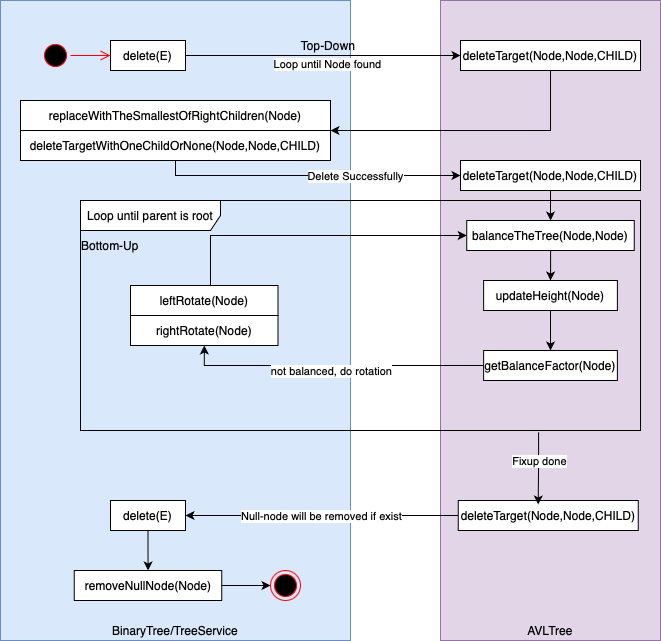
Before: Flow_Hierarcy_Diagram/BinaryTree-AVL-Delete.drawio.png, a diagram exported from draw.io (MusLead/BinaryTreeHSF). Source tidied: cells renumbered, new cells last; positions are measured from the earlier drawing's top-left corner, leaving out a move shared by most shapes.
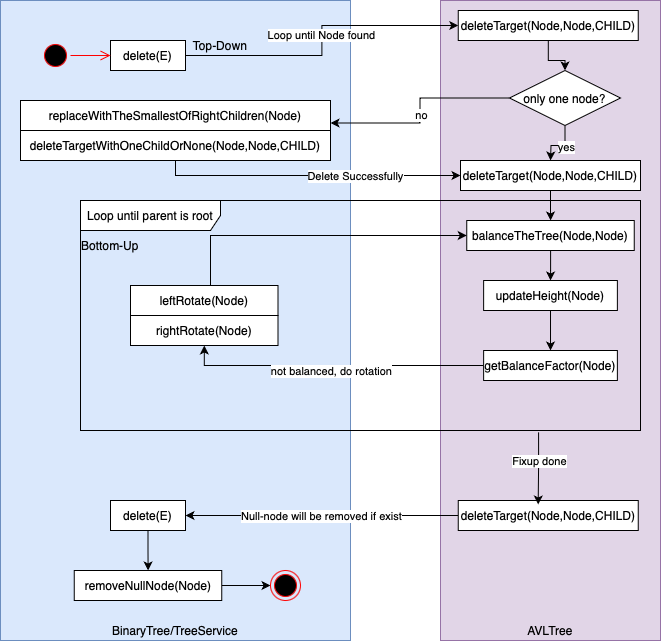
Later version of the same file.

Commit message:
docs: add the map of the logic of the binary tree operations

Diff of the diagram source:
```diff
@@ -25,15 +25,11 @@
     <mxCell id="8" value="removeNullNode(Node)" style="html=1;whiteSpace=wrap;" parent="1" vertex="1">
       <mxGeometry x="73.8" y="570" width="147.5" height="30" as="geometry" />
     </mxCell>
-    <mxCell id="9" style="edgeStyle=orthogonalEdgeStyle;rounded=0;jettySize=auto;html=1;entryX=1;entryY=1;entryDx=0;entryDy=0;" parent="1" edge="1" source="10" target="12">
-      <mxGeometry relative="1" as="geometry">
-        <Array as="points">
-          <mxPoint x="550" y="130" />
-        </Array>
-      </mxGeometry>
-    </mxCell>
+    <mxCell id="42" style="edgeStyle=orthogonalEdgeStyle;rounded=0;jettySize=auto;html=1;" parent="1" edge="1" source="10" target="47">
+      <mxGeometry relative="1" as="geometry" />
+    </mxCell>
     <mxCell id="10" value="deleteTarget(Node,Node,CHILD)" style="html=1;whiteSpace=wrap;" parent="1" vertex="1">
-      <mxGeometry x="460" y="40" width="180" height="30" as="geometry" />
+      <mxGeometry x="457.8" y="10" width="180" height="30" as="geometry" />
     </mxCell>
     <mxCell id="11" style="group;" parent="1" vertex="1">
       <mxGeometry x="20" y="100" width="310" height="60" as="geometry" />
@@ -138,7 +134,26 @@
       <mxGeometry x="270" y="570" width="30" height="30" as="geometry" />
     </mxCell>
     <mxCell id="41" value="Top-Down" style="text;html=1;align=center;verticalAlign=middle;whiteSpace=wrap;rounded=0;" parent="1" vertex="1">
-      <mxGeometry x="297.5" y="30" width="60" height="30" as="geometry" />
+      <mxGeometry x="190" y="30" width="60" height="30" as="geometry" />
     </mxCell>
+    <mxCell id="43" style="edgeStyle=orthogonalEdgeStyle;rounded=0;jettySize=auto;html=1;entryX=1;entryY=0.75;entryDx=0;entryDy=0;" parent="1" edge="1" source="47" target="12">
+      <mxGeometry relative="1" as="geometry" />
+    </mxCell>
+    <mxCell id="44" value="no" style="edgeLabel;html=1;align=center;verticalAlign=middle;" parent="43" vertex="1">
+      <mxGeometry x="0.04" y="1" relative="1" as="geometry" />
+    </mxCell>
+    <mxCell id="45" style="edgeStyle=orthogonalEdgeStyle;rounded=0;jettySize=auto;html=1;" parent="1" edge="1" source="47">
+      <mxGeometry relative="1" as="geometry">
+        <mxPoint x="550" y="160" as="targetPoint" />
+      </mxGeometry>
+    </mxCell>
+    <mxCell id="46" value="yes" style="edgeLabel;html=1;align=center;verticalAlign=middle;" parent="45" vertex="1">
+      <mxGeometry x="-0.19" y="1" relative="1" as="geometry">
+        <mxPoint x="1" as="offset" />
+      </mxGeometry>
+    </mxCell>
+    <mxCell id="47" value="only one node?" style="rhombus;whiteSpace=wrap;html=1;" parent="1" vertex="1">
+      <mxGeometry x="509" y="70" width="111" height="55" as="geometry" />
+    </mxCell>
   </root>
 </mxGraphModel>
```
